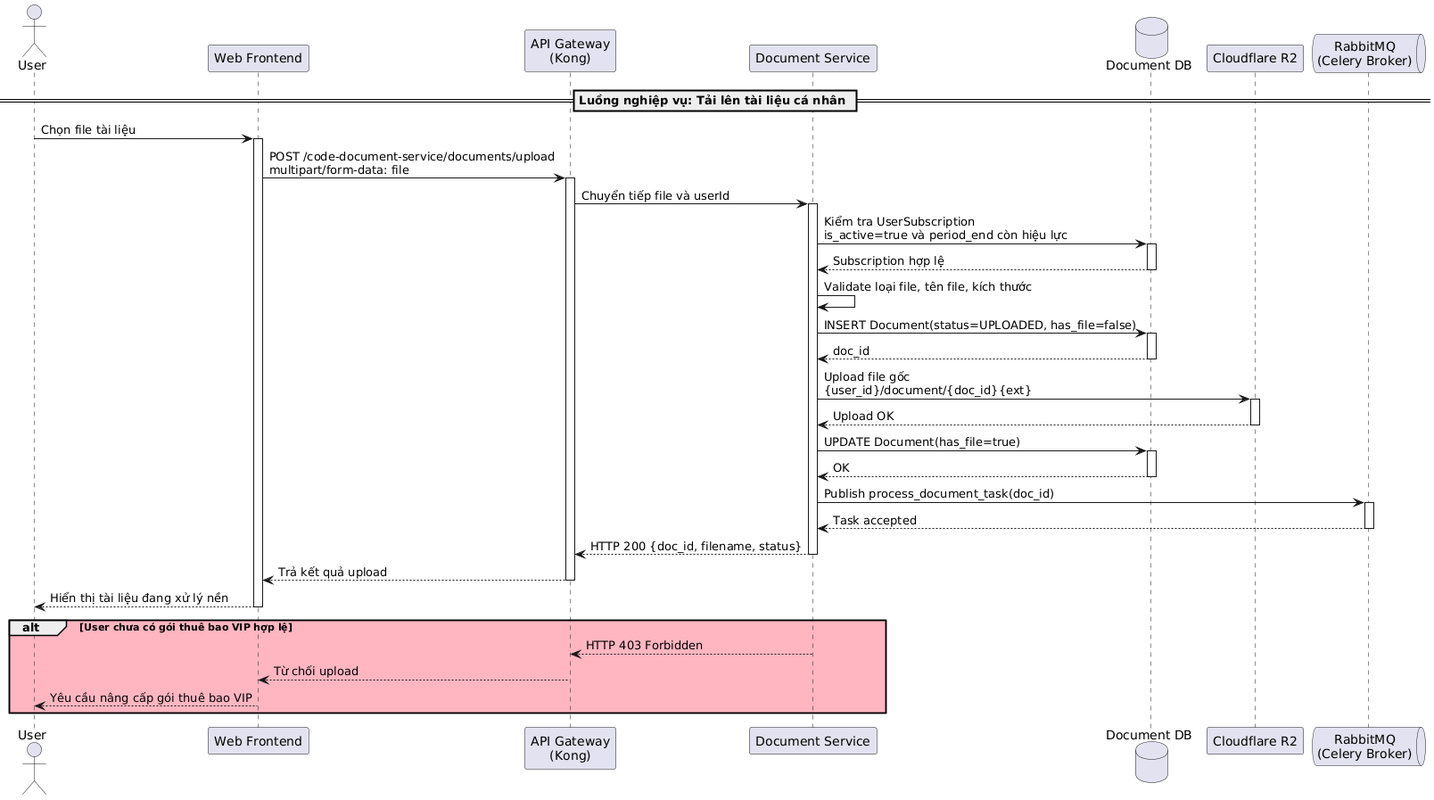
Above: latex/contents/Sequence/UML-Sequence-38.png in 20206205Tech/docs-latex (PlantUML), before the change.
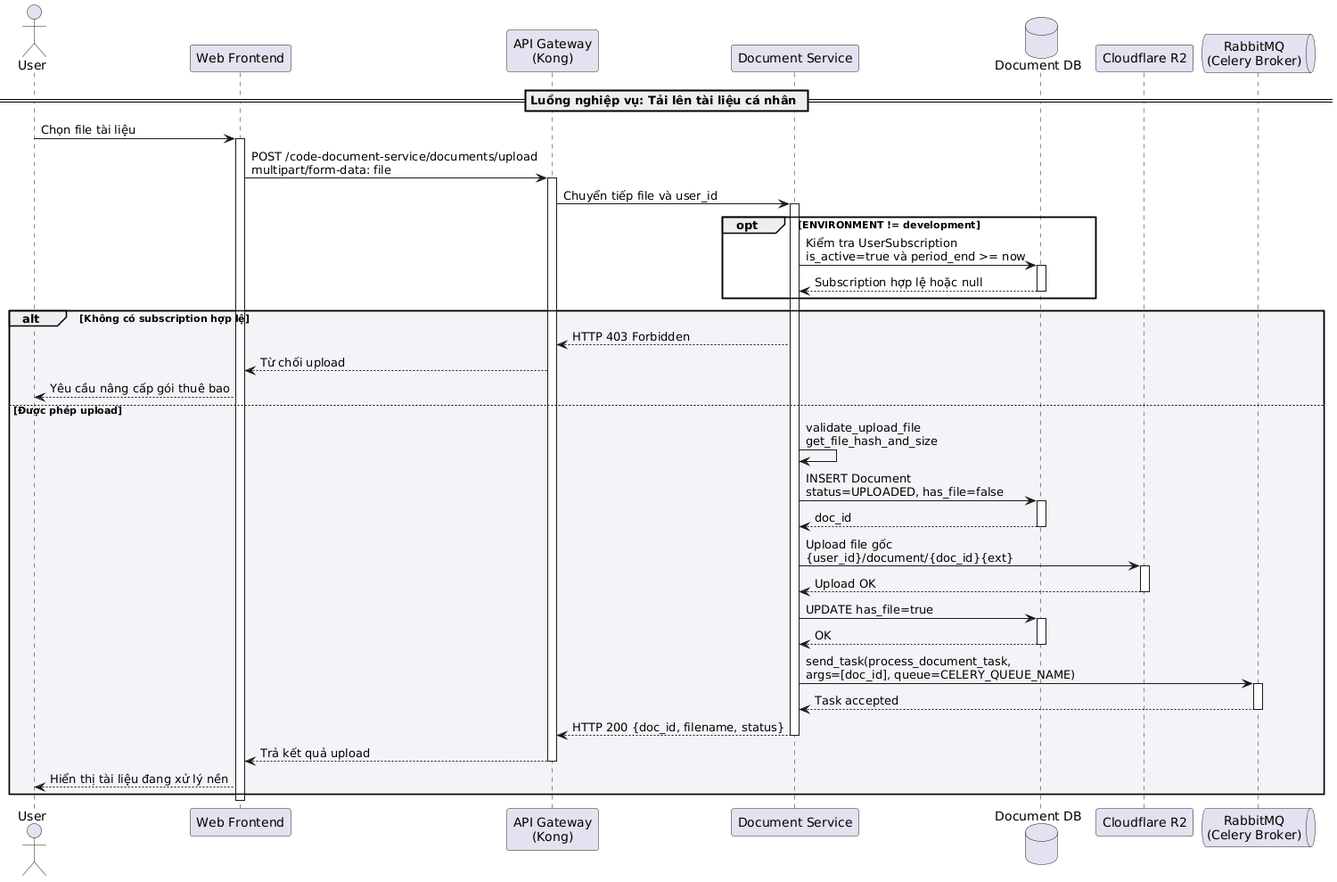
Above is the later version.

The edit, as a diff of the source:
```diff
@@ -14,16 +14,23 @@
 
 Frontend -> Kong: POST /code-document-service/documents/upload\nmultipart/form-data: file
 activate Kong
-Kong -> DocumentService: Chuyển tiếp file và userId
+Kong -> DocumentService: Chuyển tiếp file và user_id
 activate DocumentService
 
-DocumentService -> DocumentDB: Kiểm tra UserSubscription\nis_active=true và period_end còn hiệu lực
+opt ENVIRONMENT != development
+DocumentService -> DocumentDB: Kiểm tra UserSubscription\nis_active=true và period_end >= now
 activate DocumentDB
-DocumentDB --> DocumentService: Subscription hợp lệ
+DocumentDB --> DocumentService: Subscription hợp lệ hoặc null
 deactivate DocumentDB
+end
 
-DocumentService -> DocumentService: Validate loại file, tên file, kích thước
-DocumentService -> DocumentDB: INSERT Document(status=UPLOADED, has_file=false)
+alt #F2F4F7 Không có subscription hợp lệ
+DocumentService --> Kong: HTTP 403 Forbidden
+Kong --> Frontend: Từ chối upload
+Frontend --> User: Yêu cầu nâng cấp gói thuê bao
+else Được phép upload
+DocumentService -> DocumentService: validate_upload_file\nget_file_hash_and_size
+DocumentService -> DocumentDB: INSERT Document\nstatus=UPLOADED, has_file=false
 activate DocumentDB
 DocumentDB --> DocumentService: doc_id
 deactivate DocumentDB
@@ -33,12 +40,12 @@
 R2 --> DocumentService: Upload OK
 deactivate R2
 
-DocumentService -> DocumentDB: UPDATE Document(has_file=true)
+DocumentService -> DocumentDB: UPDATE has_file=true
 activate DocumentDB
 DocumentDB --> DocumentService: OK
 deactivate DocumentDB
 
-DocumentService -> RabbitMQ: Publish process_document_task(doc_id)
+DocumentService -> RabbitMQ: send_task(process_document_task,\nargs=[doc_id], queue=CELERY_QUEUE_NAME)
 activate RabbitMQ
 RabbitMQ --> DocumentService: Task accepted
 deactivate RabbitMQ
@@ -48,11 +55,7 @@
 Kong --> Frontend: Trả kết quả upload
 deactivate Kong
 Frontend --> User: Hiển thị tài liệu đang xử lý nền
+end
+
 deactivate Frontend
-
-alt #LightPink User chưa có gói thuê bao VIP hợp lệ
-    DocumentService --> Kong: HTTP 403 Forbidden
-    Kong --> Frontend: Từ chối upload
-    Frontend --> User: Yêu cầu nâng cấp gói thuê bao VIP
-end
 @enduml
```
